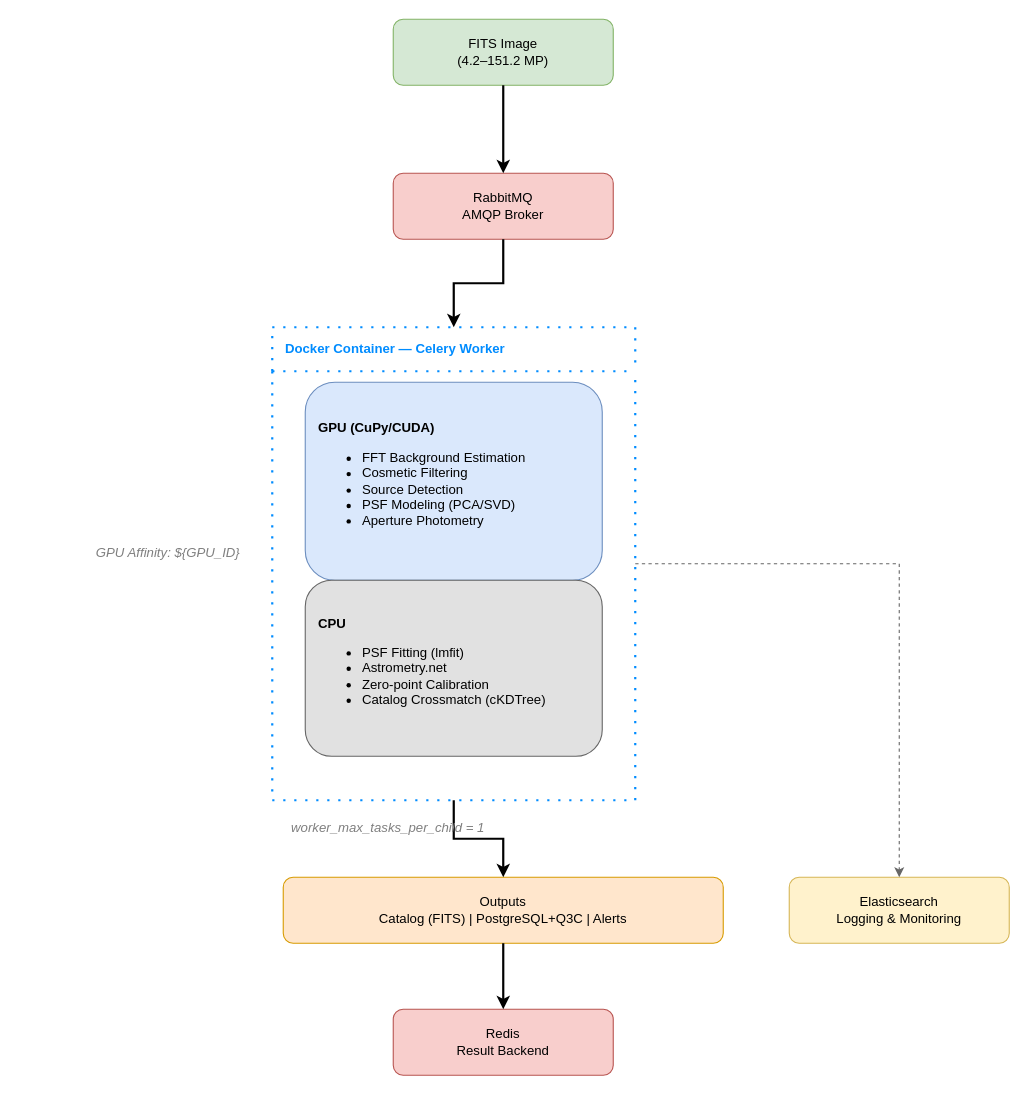
Before: GPUPhot.drawio.xml in Light-Bridges/GPUPhot, a draw.io diagram. Source tidied: cells renumbered, new cells numbered last; positions are measured from the earlier drawing's top-left corner, leaving out a move shared by most shapes. Both pictures are drawn from the tidied source at 110%, with x=0, y=0 at pixel (85, 19).
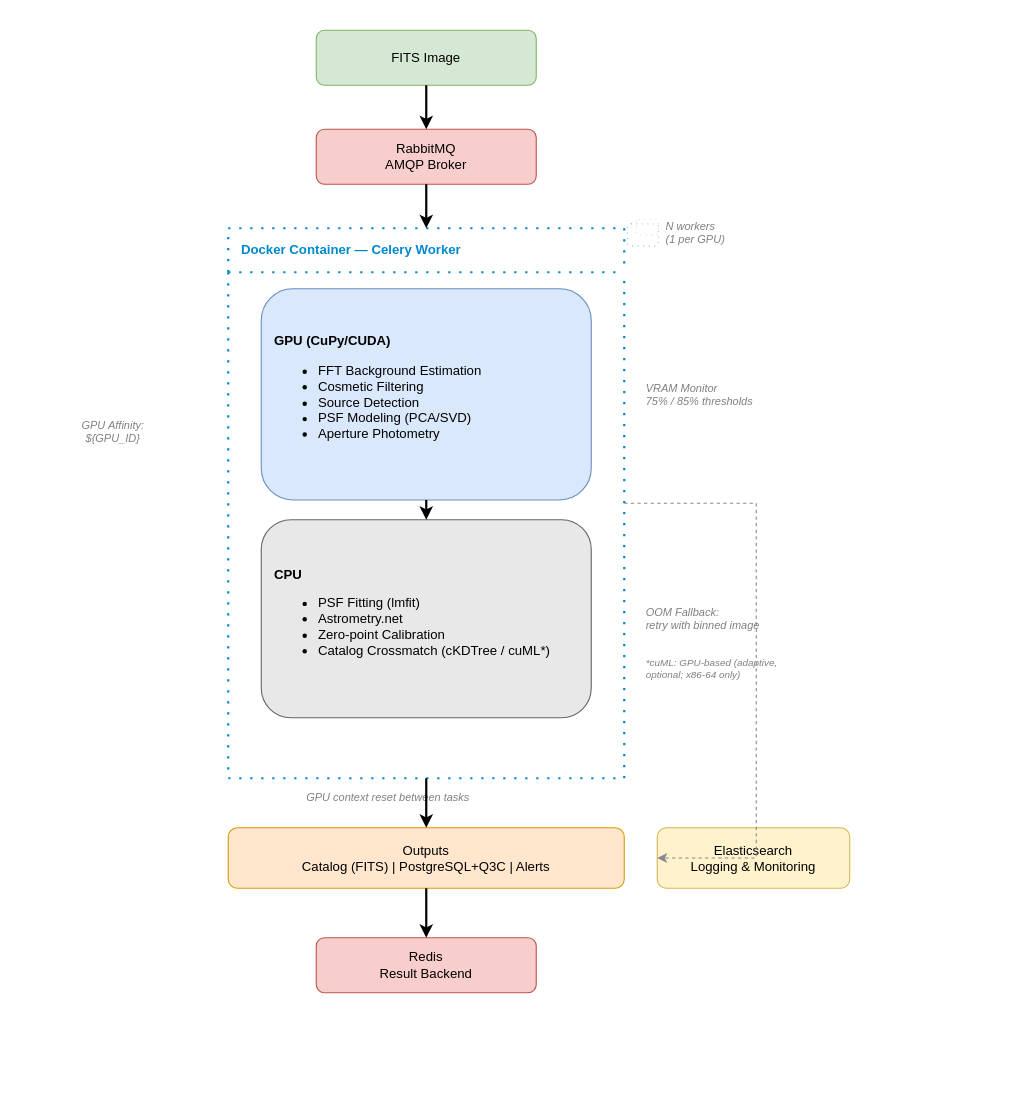
The same diagram, later.

Change to the diagram source:
```diff
@@
+    <mxCell id="5" value="FITS Image" style="rounded=1;whiteSpace=wrap;html=1;fillColor=#d5e8d4;strokeColor=#82b366;" parent="1" vertex="1">
+      <mxGeometry x="210" y="10" width="200" height="50" as="geometry" />
+    </mxCell>
+    <mxCell id="6" value="RabbitMQ&#10;AMQP Broker" style="rounded=1;whiteSpace=wrap;html=1;fillColor=#f8cecc;strokeColor=#b85450;" parent="1" vertex="1">
+      <mxGeometry x="210" y="100" width="200" height="50" as="geometry" />
+    </mxCell>
-    <mxCell id="2" value="&lt;b&gt;Docker Container — Celery Worker&lt;/b&gt;" style="swimlane;whiteSpace=wrap;html=1;dashed=1;dashPattern=1 4;strokeColor=#008cff;fillColor=none;fontColor=#008cff;startSize=40;strokeWidth=2;align=left;spacingLeft=10;" parent="1" vertex="1">
-      <mxGeometry x="170" y="280" width="330" height="430" as="geometry" />
+    <mxCell id="2" value="&lt;b&gt;Docker Container — Celery Worker&lt;/b&gt;" style="swimlane;whiteSpace=wrap;html=1;dashed=1;dashPattern=1 4;strokeColor=#0088cc;fillColor=none;fontColor=#0088cc;startSize=40;strokeWidth=2;align=left;spacingLeft=10;" parent="1" vertex="1">
+      <mxGeometry x="130" y="190" width="360" height="500" as="geometry" />
     </mxCell>
     <mxCell id="3" value="&lt;b&gt;GPU (CuPy/CUDA)&lt;/b&gt;&#10;&lt;ul&gt;&lt;li&gt;FFT Background Estimation&lt;/li&gt;&lt;li&gt;Cosmetic Filtering&lt;/li&gt;&lt;li&gt;Source Detection&lt;/li&gt;&lt;li&gt;PSF Modeling (PCA/SVD)&lt;/li&gt;&lt;li&gt;Aperture Photometry&lt;/li&gt;&lt;/ul&gt;" style="rounded=1;whiteSpace=wrap;html=1;fillColor=#dae8fc;strokeColor=#6c8ebf;align=left;spacingLeft=10;" parent="2" vertex="1">
-      <mxGeometry x="30" y="50" width="270" height="180" as="geometry" />
+      <mxGeometry x="30" y="55" width="300" height="192" as="geometry" />
     </mxCell>
-    <mxCell id="4" value="&lt;b&gt;CPU&lt;/b&gt;&#10;&lt;ul&gt;&lt;li&gt;PSF Fitting (lmfit)&lt;/li&gt;&lt;li&gt;Astrometry.net&lt;/li&gt;&lt;li&gt;Zero-point Calibration&lt;/li&gt;&lt;li&gt;Catalog Crossmatch (cKDTree)&lt;/li&gt;&lt;/ul&gt;" style="rounded=1;whiteSpace=wrap;html=1;fillColor=#e1e1e1;strokeColor=#666666;align=left;spacingLeft=10;" parent="2" vertex="1">
-      <mxGeometry x="30" y="230" width="270" height="160" as="geometry" />
+    <mxCell id="4" value="&lt;b&gt;CPU&lt;/b&gt;&#10;&lt;ul&gt;&lt;li&gt;PSF Fitting (lmfit)&lt;/li&gt;&lt;li&gt;Astrometry.net&lt;/li&gt;&lt;li&gt;Zero-point Calibration&lt;/li&gt;&lt;li&gt;Catalog Crossmatch (cKDTree / cuML*)&lt;/li&gt;&lt;/ul&gt;" style="rounded=1;whiteSpace=wrap;html=1;fillColor=#e8e8e8;strokeColor=#666666;align=left;spacingLeft=10;" parent="2" vertex="1">
+      <mxGeometry x="30" y="265" width="300" height="180" as="geometry" />
     </mxCell>
-    <mxCell id="5" value="FITS Image&#10;(4.2–151.2 MP)" style="rounded=1;whiteSpace=wrap;html=1;fillColor=#d5e8d4;strokeColor=#82b366;" parent="1" vertex="1">
-      <mxGeometry x="280" width="200" height="60" as="geometry" />
-    </mxCell>
-    <mxCell id="6" value="RabbitMQ&#10;AMQP Broker" style="rounded=1;whiteSpace=wrap;html=1;fillColor=#f8cecc;strokeColor=#b85450;" parent="1" vertex="1">
-      <mxGeometry x="280" y="140" width="200" height="60" as="geometry" />
-    </mxCell>
+    <mxCell id="17" style="edgeStyle=orthogonalEdgeStyle;rounded=0;jettySize=auto;html=1;exitX=0.5;exitY=1;exitDx=0;exitDy=0;entryX=0.5;entryY=0;entryDx=0;entryDy=0;strokeWidth=2;" parent="2" edge="1" source="3" target="4">
+      <mxGeometry relative="1" as="geometry" />
+    </mxCell>
+    <mxCell id="15" value="GPU Affinity:&#10;${GPU_ID}" style="text;html=1;align=center;verticalAlign=middle;strokeColor=none;fillColor=none;fontColor=#7F7F7F;fontStyle=2;fontSize=10;" parent="1" vertex="1">
+      <mxGeometry x="-60" y="358" width="170" height="34" as="geometry" />
+    </mxCell>
+    <mxCell id="18" value="VRAM Monitor&#10;75% / 85% thresholds" style="text;html=1;align=left;verticalAlign=middle;strokeColor=none;fillColor=none;fontColor=#7F7F7F;fontStyle=2;fontSize=10;" parent="1" vertex="1">
+      <mxGeometry x="508" y="321" width="158" height="40" as="geometry" />
+    </mxCell>
+    <mxCell id="19" value="OOM Fallback:&#10;retry with binned image" style="text;html=1;align=left;verticalAlign=middle;strokeColor=none;fillColor=none;fontColor=#7F7F7F;fontStyle=2;fontSize=10;" parent="1" vertex="1">
+      <mxGeometry x="508" y="525" width="158" height="40" as="geometry" />
+    </mxCell>
+    <mxCell id="20" value="*cuML: GPU-based (adaptive,&#10;optional; x86-64 only)" style="text;html=1;align=left;verticalAlign=middle;strokeColor=none;fillColor=none;fontColor=#7F7F7F;fontStyle=2;fontSize=9;" parent="1" vertex="1">
+      <mxGeometry x="508" y="573" width="162" height="34" as="geometry" />
+    </mxCell>
+    <mxCell id="21" value="GPU context reset between tasks" style="text;html=1;align=center;verticalAlign=middle;strokeColor=none;fillColor=none;fontColor=#7F7F7F;fontStyle=2;fontSize=10;" parent="1" vertex="1">
+      <mxGeometry x="130" y="696" width="290" height="22" as="geometry" />
+    </mxCell>
+    <mxCell id="22" style="rounded=1;whiteSpace=wrap;html=1;dashed=1;dashPattern=1 4;strokeColor=#5599cc;strokeWidth=1;fillColor=white;opacity=60;" parent="1" vertex="1">
+      <mxGeometry x="493" y="186" width="28" height="20" as="geometry" />
+    </mxCell>
+    <mxCell id="23" style="rounded=1;whiteSpace=wrap;html=1;dashed=1;dashPattern=1 4;strokeColor=#88bbdd;strokeWidth=1;fillColor=white;opacity=35;" parent="1" vertex="1">
+      <mxGeometry x="501" y="182" width="20" height="14" as="geometry" />
+    </mxCell>
+    <mxCell id="24" value="N workers&#10;(1 per GPU)" style="text;html=1;align=left;verticalAlign=middle;strokeColor=none;fillColor=none;fontColor=#7F7F7F;fontStyle=2;fontSize=10;" parent="1" vertex="1">
+      <mxGeometry x="526" y="179" width="112" height="30" as="geometry" />
+    </mxCell>
     <mxCell id="7" value="Outputs&#10;Catalog (FITS) | PostgreSQL+Q3C | Alerts" style="rounded=1;whiteSpace=wrap;html=1;fillColor=#ffe6cc;strokeColor=#d79b00;" parent="1" vertex="1">
-      <mxGeometry x="180" y="780" width="400" height="60" as="geometry" />
+      <mxGeometry x="130" y="735" width="360" height="55" as="geometry" />
     </mxCell>
     <mxCell id="8" value="Redis&#10;Result Backend" style="rounded=1;whiteSpace=wrap;html=1;fillColor=#f8cecc;strokeColor=#b85450;" parent="1" vertex="1">
-      <mxGeometry x="280" y="900" width="200" height="60" as="geometry" />
+      <mxGeometry x="210" y="835" width="200" height="50" as="geometry" />
     </mxCell>
     <mxCell id="9" value="Elasticsearch&#10;Logging &amp; Monitoring" style="rounded=1;whiteSpace=wrap;html=1;fillColor=#fff2cc;strokeColor=#d6b656;" parent="1" vertex="1">
-      <mxGeometry x="640" y="780" width="200" height="60" as="geometry" />
+      <mxGeometry x="520" y="735" width="175" height="55" as="geometry" />
     </mxCell>
@@
-    <mxCell id="14" style="edgeStyle=orthogonalEdgeStyle;rounded=0;jettySize=auto;html=1;exitX=1;exitY=0.5;exitDx=0;exitDy=0;entryX=0.5;entryY=0;entryDx=0;entryDy=0;dashed=1;strokeColor=#666666;" parent="1" edge="1" source="2" target="9">
+    <mxCell id="14" style="edgeStyle=orthogonalEdgeStyle;rounded=0;jettySize=auto;html=1;exitX=1;exitY=0.5;exitDx=0;exitDy=0;entryX=0;entryY=0.5;entryDx=0;entryDy=0;dashed=1;strokeColor=#888888;" parent="1" edge="1" source="2" target="9">
       <mxGeometry relative="1" as="geometry">
         <Array as="points">
-          <mxPoint x="740" y="495" />
+          <mxPoint x="610" y="440" />
+          <mxPoint x="610" y="762" />
         </Array>
       </mxGeometry>
     </mxCell>
-    <mxCell id="15" value="GPU Affinity: ${GPU_ID}" style="text;html=1;align=center;verticalAlign=middle;strokeColor=none;fillColor=none;fontColor=#7F7F7F;fontStyle=2;" parent="1" vertex="1">
-      <mxGeometry y="470" width="150" height="30" as="geometry" />
-    </mxCell>
-    <mxCell id="16" value="worker_max_tasks_per_child = 1" style="text;html=1;align=center;verticalAlign=middle;strokeColor=none;fillColor=none;fontColor=#7F7F7F;fontStyle=2;" parent="1" vertex="1">
-      <mxGeometry x="170" y="720" width="210" height="30" as="geometry" />
-    </mxCell>
```
